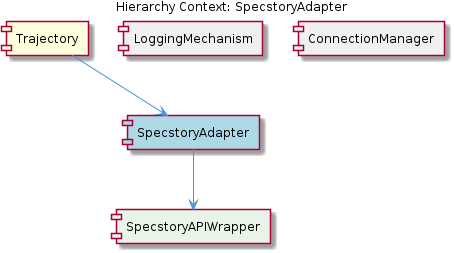
Above: .data/knowledge-graph/insights/images/specstory-adapter-relationship.png in fwornle/coding (PlantUML), before the change. Its source is kept beside it as .data/knowledge-graph/insights/puml/specstory-adapter-relationship.puml. Its diagram source:
```plantuml
@startuml
!include _standard-style.puml

title Hierarchy Context: SpecstoryAdapter

[Trajectory] as trajectory #FFFFDD
[SpecstoryAdapter] as specstory_adapter #LightBlue
[LoggingMechanism] as logging_mechanism #F0F0F0
[ConnectionManager] as connection_manager #F0F0F0
[SpecstoryAPIWrapper] as specstory_apiwrapper #E8F5E8

trajectory --> specstory_adapter
logging_mechanism -[hidden]- specstory_adapter
connection_manager -[hidden]- specstory_adapter
specstory_adapter --> specstory_apiwrapper

@enduml
```
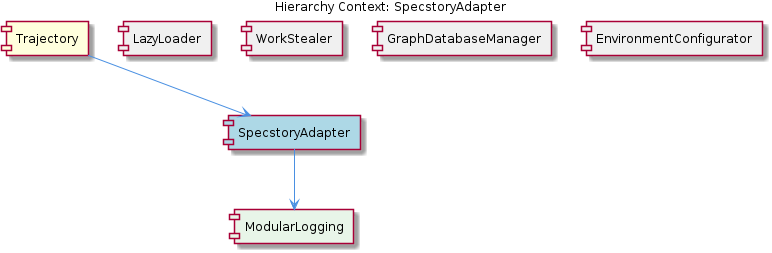
Later version of the same file.

What changed in the source:
```diff
@@ -5,13 +5,17 @@
 
 [Trajectory] as trajectory #FFFFDD
 [SpecstoryAdapter] as specstory_adapter #LightBlue
-[LoggingMechanism] as logging_mechanism #F0F0F0
-[ConnectionManager] as connection_manager #F0F0F0
-[SpecstoryAPIWrapper] as specstory_apiwrapper #E8F5E8
+[LazyLoader] as lazy_loader #F0F0F0
+[WorkStealer] as work_stealer #F0F0F0
+[GraphDatabaseManager] as graph_database_manager #F0F0F0
+[EnvironmentConfigurator] as environment_configurator #F0F0F0
+[ModularLogging] as modular_logging #E8F5E8
 
 trajectory --> specstory_adapter
-logging_mechanism -[hidden]- specstory_adapter
-connection_manager -[hidden]- specstory_adapter
-specstory_adapter --> specstory_apiwrapper
+lazy_loader -[hidden]- specstory_adapter
+work_stealer -[hidden]- specstory_adapter
+graph_database_manager -[hidden]- specstory_adapter
+environment_configurator -[hidden]- specstory_adapter
+specstory_adapter --> modular_logging
 
 @enduml
```
